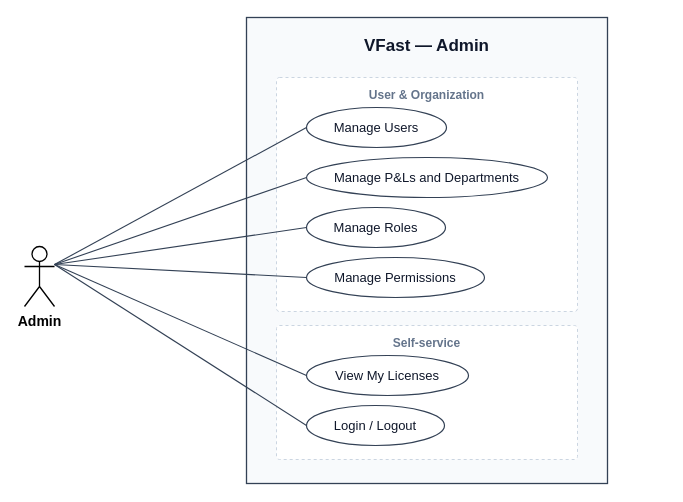
Before: docs/diagrams/out/uc_admin.drawio in cuonglpv/VFast, a draw.io diagram. Source tidied: cells renumbered, new cells numbered last; positions are measured from the earlier drawing's top-left corner, leaving out a move shared by most shapes. Both pictures are drawn from the tidied source at 100%, with x=0, y=0 at pixel (24, 17).
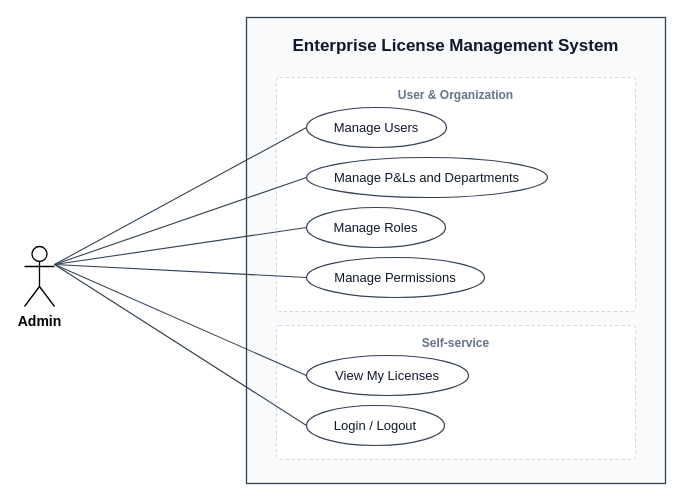
After the change.

What changed in the source:
```diff
@@
 <mxGraphModel>
   <root>
     <mxCell id="0" />
     <mxCell id="1" parent="0" />
-    <mxCell id="2" value="VFast — Admin" style="rounded=0;whiteSpace=wrap;html=1;fillColor=#F8FAFC;strokeColor=#334155;strokeWidth=1.3;verticalAlign=top;fontSize=17;fontStyle=1;fontColor=#0f172a;spacingTop=12;fontFamily=Arial;" parent="1" vertex="1">
-      <mxGeometry x="222" width="361" height="466" as="geometry" />
+    <mxCell id="2" value="Enterprise License Management System" style="rounded=0;whiteSpace=wrap;html=1;fillColor=#F8FAFC;strokeColor=#334155;strokeWidth=1.3;verticalAlign=top;fontSize=17;fontStyle=1;fontColor=#0f172a;spacingTop=12;fontFamily=Arial;" parent="1" vertex="1">
+      <mxGeometry x="222" width="419" height="466" as="geometry" />
     </mxCell>
     <mxCell id="3" value="User &amp; Organization" style="rounded=1;arcSize=6;absoluteArcSize=1;whiteSpace=wrap;html=1;fillColor=#ffffff;strokeColor=#CBD5E1;dashed=1;strokeWidth=1;verticalAlign=top;align=center;spacingTop=4;fontSize=12;fontStyle=1;fontColor=#64748B;fontFamily=Arial;" parent="1" vertex="1">
-      <mxGeometry x="252" y="60" width="301" height="234" as="geometry" />
+      <mxGeometry x="252" y="60" width="359" height="234" as="geometry" />
     </mxCell>
     <mxCell id="4" value="Self-service" style="rounded=1;arcSize=6;absoluteArcSize=1;whiteSpace=wrap;html=1;fillColor=#ffffff;strokeColor=#CBD5E1;dashed=1;strokeWidth=1;verticalAlign=top;align=center;spacingTop=4;fontSize=12;fontStyle=1;fontColor=#64748B;fontFamily=Arial;" parent="1" vertex="1">
-      <mxGeometry x="252" y="308" width="301" height="134" as="geometry" />
+      <mxGeometry x="252" y="308" width="359" height="134" as="geometry" />
     </mxCell>
     <mxCell id="5" value="Manage Users" style="ellipse;whiteSpace=wrap;html=1;fillColor=#ffffff;strokeColor=#334155;strokeWidth=1.2;fontSize=13;fontColor=#0f172a;fontFamily=Arial;" parent="1" vertex="1">
       <mxGeometry x="282" y="90" width="140" height="40" as="geometry" />
     </mxCell>
     <mxCell id="6" value="Manage P&amp;Ls and Departments" style="ellipse;whiteSpace=wrap;html=1;fillColor=#ffffff;strokeColor=#334155;strokeWidth=1.2;fontSize=13;fontColor=#0f172a;fontFamily=Arial;" parent="1" vertex="1">
       <mxGeometry x="282" y="140" width="241" height="40" as="geometry" />
     </mxCell>
     <mxCell id="7" value="Manage Roles" style="ellipse;whiteSpace=wrap;html=1;fillColor=#ffffff;strokeColor=#334155;strokeWidth=1.2;fontSize=13;fontColor=#0f172a;fontFamily=Arial;" parent="1" vertex="1">
       <mxGeometry x="282" y="190" width="139" height="40" as="geometry" />
     </mxCell>
     <mxCell id="8" value="Manage Permissions" style="ellipse;whiteSpace=wrap;html=1;fillColor=#ffffff;strokeColor=#334155;strokeWidth=1.2;fontSize=13;fontColor=#0f172a;fontFamily=Arial;" parent="1" vertex="1">
       <mxGeometry x="282" y="240" width="178" height="40" as="geometry" />
     </mxCell>
     <mxCell id="9" value="View My Licenses" style="ellipse;whiteSpace=wrap;html=1;fillColor=#ffffff;strokeColor=#334155;strokeWidth=1.2;fontSize=13;fontColor=#0f172a;fontFamily=Arial;" parent="1" vertex="1">
       <mxGeometry x="282" y="338" width="162" height="40" as="geometry" />
     </mxCell>
     <mxCell id="10" value="Login / Logout" style="ellipse;whiteSpace=wrap;html=1;fillColor=#ffffff;strokeColor=#334155;strokeWidth=1.2;fontSize=13;fontColor=#0f172a;fontFamily=Arial;" parent="1" vertex="1">
       <mxGeometry x="282" y="388" width="138" height="40" as="geometry" />
     </mxCell>
     <mxCell id="11" value="Admin" style="shape=umlActor;verticalLabelPosition=bottom;verticalAlign=top;html=1;outlineConnect=0;fontSize=14;fontStyle=1;fontFamily=Arial;strokeWidth=1.3;" parent="1" vertex="1">
       <mxGeometry y="229" width="30" height="60" as="geometry" />
     </mxCell>
     <mxCell id="12" style="endArrow=none;html=1;rounded=0;strokeColor=#334155;strokeWidth=1.1;exitX=1;exitY=0.3;exitDx=0;exitDy=0;exitPerimeter=0;entryX=0;entryY=0.5;entryDx=0;entryDy=0;" parent="1" edge="1" source="11" target="5">
       <mxGeometry relative="1" as="geometry" />
     </mxCell>
     <mxCell id="13" style="endArrow=none;html=1;rounded=0;strokeColor=#334155;strokeWidth=1.1;exitX=1;exitY=0.3;exitDx=0;exitDy=0;exitPerimeter=0;entryX=0;entryY=0.5;entryDx=0;entryDy=0;" parent="1" edge="1" source="11" target="6">
       <mxGeometry relative="1" as="geometry" />
     </mxCell>
     <mxCell id="14" style="endArrow=none;html=1;rounded=0;strokeColor=#334155;strokeWidth=1.1;exitX=1;exitY=0.3;exitDx=0;exitDy=0;exitPerimeter=0;entryX=0;entryY=0.5;entryDx=0;entryDy=0;" parent="1" edge="1" source="11" target="7">
       <mxGeometry relative="1" as="geometry" />
     </mxCell>
     <mxCell id="15" style="endArrow=none;html=1;rounded=0;strokeColor=#334155;strokeWidth=1.1;exitX=1;exitY=0.3;exitDx=0;exitDy=0;exitPerimeter=0;entryX=0;entryY=0.5;entryDx=0;entryDy=0;" parent="1" edge="1" source="11" target="8">
       <mxGeometry relative="1" as="geometry" />
     </mxCell>
     <mxCell id="16" style="endArrow=none;html=1;rounded=0;strokeColor=#334155;strokeWidth=1.1;exitX=1;exitY=0.3;exitDx=0;exitDy=0;exitPerimeter=0;entryX=0;entryY=0.5;entryDx=0;entryDy=0;" parent="1" edge="1" source="11" target="9">
       <mxGeometry relative="1" as="geometry" />
     </mxCell>
     <mxCell id="17" style="endArrow=none;html=1;rounded=0;strokeColor=#334155;strokeWidth=1.1;exitX=1;exitY=0.3;exitDx=0;exitDy=0;exitPerimeter=0;entryX=0;entryY=0.5;entryDx=0;entryDy=0;" parent="1" edge="1" source="11" target="10">
       <mxGeometry relative="1" as="geometry" />
     </mxCell>
   </root>
 </mxGraphModel>
```
